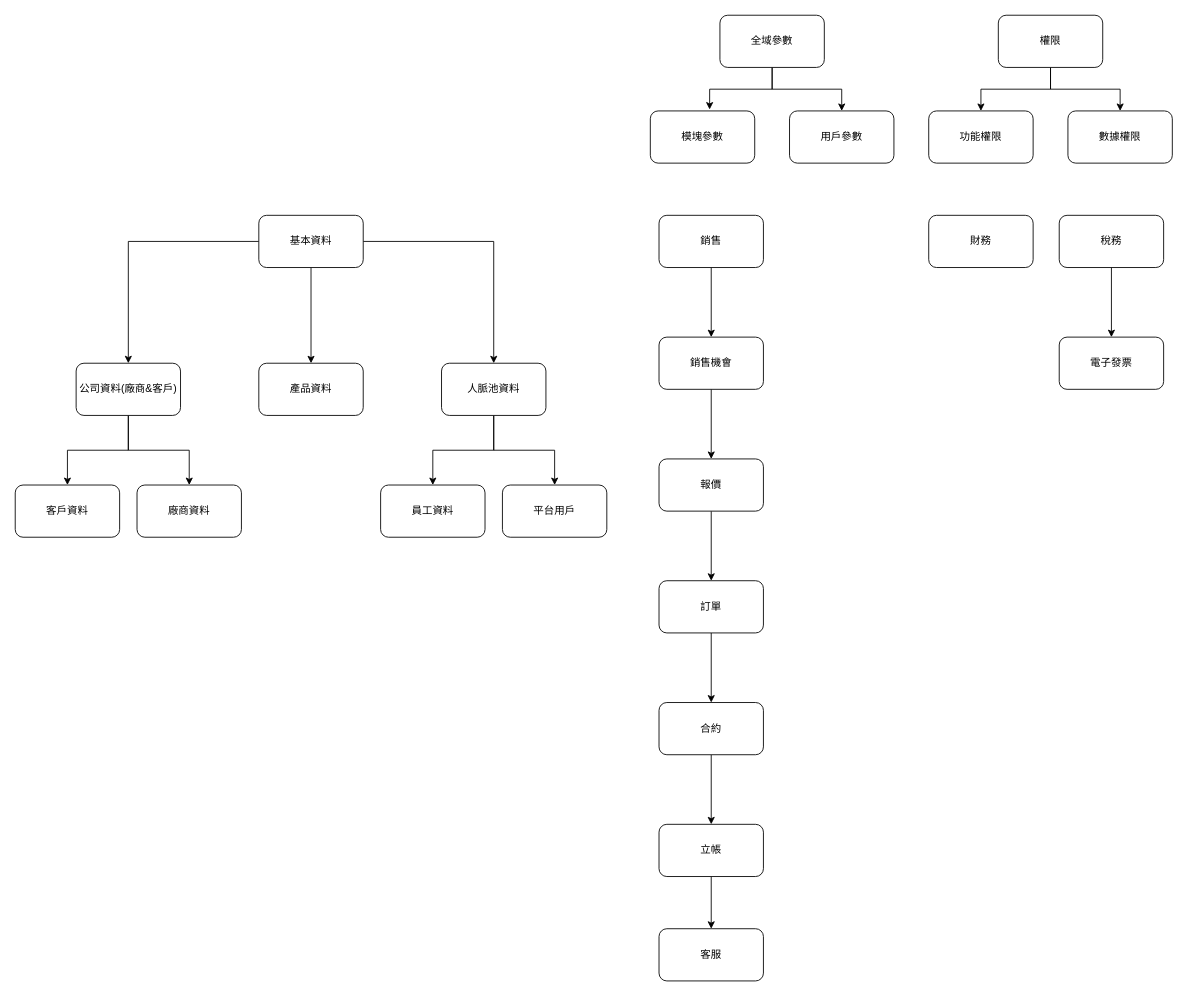
frglobal/documents keeps this draw.io diagram as fPlus_主流程.drawio. Above is the earlier version. Source tidied: cells renumbered, new cells numbered last; positions are measured from the earlier drawing's top-left corner, leaving out a move shared by most shapes. Both pictures are drawn from the tidied source at 87%, with x=0, y=0 at pixel (15, 15).
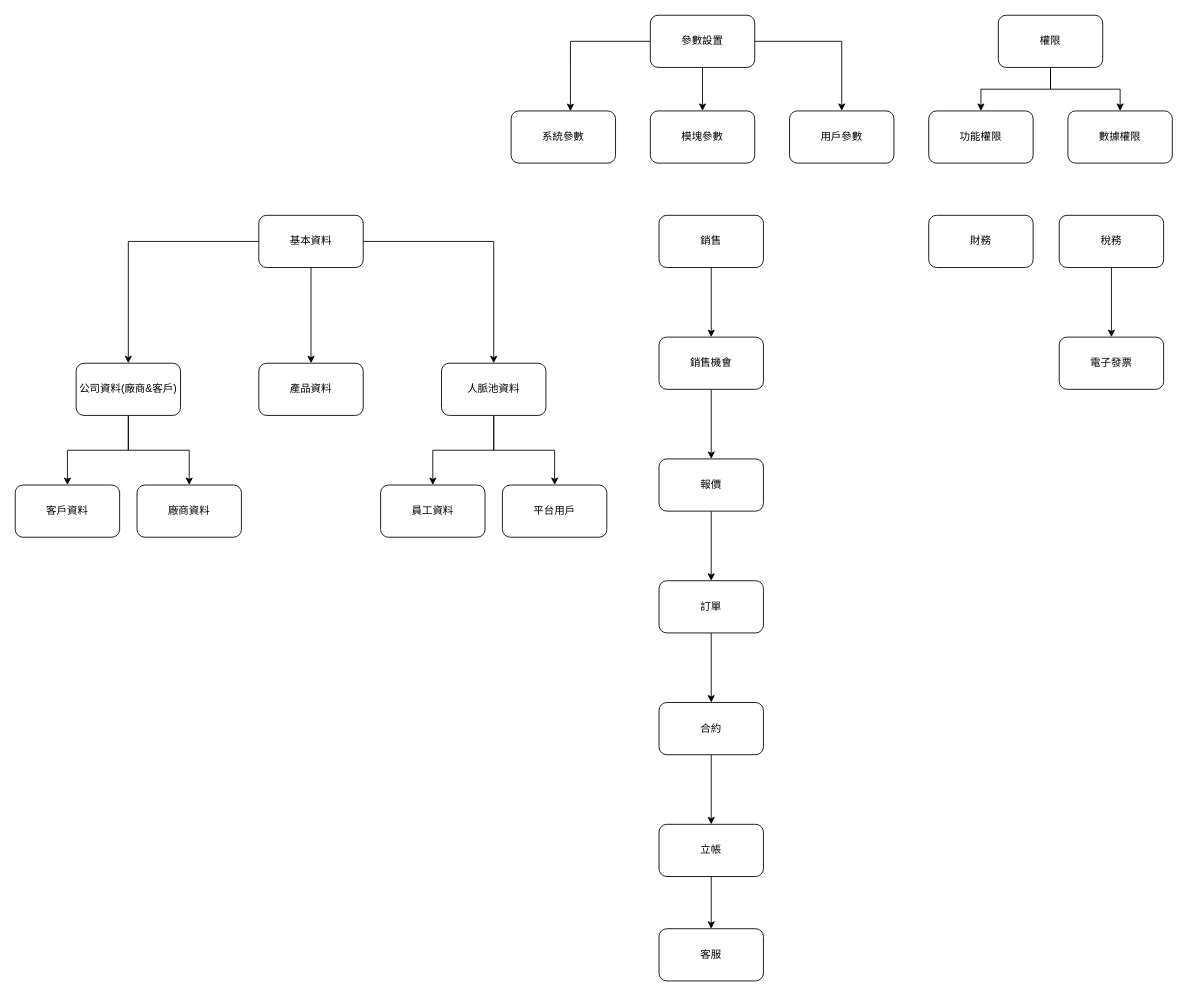
Above is the later version.

Commit message (it also covers changes not shown here):
更新fPlus_主流程.drawio

Unchanged cells that the change refers to:
```xml
<mxCell id="5" value="模塊參數" style="rounded=1;whiteSpace=wrap;html=1;" parent="1" vertex="1">
  <mxGeometry x="730" y="110" width="120" height="60" as="geometry" />
</mxCell>
<mxCell id="6" value="用戶參數" style="rounded=1;whiteSpace=wrap;html=1;" parent="1" vertex="1">
  <mxGeometry x="890" y="110" width="120" height="60" as="geometry" />
</mxCell>
```

Diff of the diagram source:
```diff
@@
-    <mxCell id="2" style="edgeStyle=orthogonalEdgeStyle;rounded=0;jettySize=auto;html=1;" parent="1" edge="1" source="4" target="6">
-      <mxGeometry relative="1" as="geometry" />
-    </mxCell>
-    <mxCell id="3" style="edgeStyle=orthogonalEdgeStyle;rounded=0;jettySize=auto;html=1;entryX=0.568;entryY=-0.027;entryDx=0;entryDy=0;entryPerimeter=0;" parent="1" edge="1" source="4" target="5">
-      <mxGeometry relative="1" as="geometry" />
-    </mxCell>
-    <mxCell id="4" value="全域參數" style="rounded=1;whiteSpace=wrap;html=1;" parent="1" vertex="1">
-      <mxGeometry x="810" width="120" height="60" as="geometry" />
-    </mxCell>
@@
+    <mxCell id="44" value="系統參數" style="rounded=1;whiteSpace=wrap;html=1;" parent="1" vertex="1">
+      <mxGeometry x="570" y="110" width="120" height="60" as="geometry" />
+    </mxCell>
+    <mxCell id="45" style="edgeStyle=orthogonalEdgeStyle;rounded=0;jettySize=auto;html=1;entryX=0.568;entryY=0.004;entryDx=0;entryDy=0;entryPerimeter=0;" parent="1" edge="1" source="48" target="44">
+      <mxGeometry relative="1" as="geometry" />
+    </mxCell>
+    <mxCell id="46" style="edgeStyle=orthogonalEdgeStyle;rounded=0;jettySize=auto;html=1;entryX=0.5;entryY=0;entryDx=0;entryDy=0;" parent="1" edge="1" source="48" target="5">
+      <mxGeometry relative="1" as="geometry" />
+    </mxCell>
+    <mxCell id="47" style="edgeStyle=orthogonalEdgeStyle;rounded=0;jettySize=auto;html=1;" parent="1" edge="1" source="48" target="6">
+      <mxGeometry relative="1" as="geometry" />
+    </mxCell>
+    <mxCell id="48" value="參數設置" style="rounded=1;whiteSpace=wrap;html=1;" parent="1" vertex="1">
+      <mxGeometry x="730" width="120" height="60" as="geometry" />
+    </mxCell>
```
